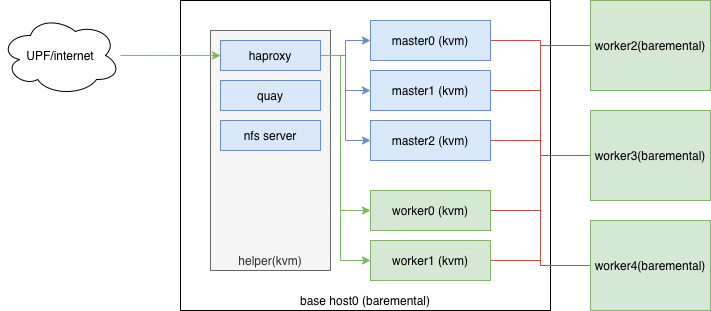
wangzheng422/docker_env keeps this draw.io diagram as redhat/ocp4/4.5/4.5.install.dia.drawio.png. Above is the earlier version. Source tidied: cells renumbered, new cells last; positions are measured from the earlier drawing's top-left corner, leaving out a move shared by most shapes.
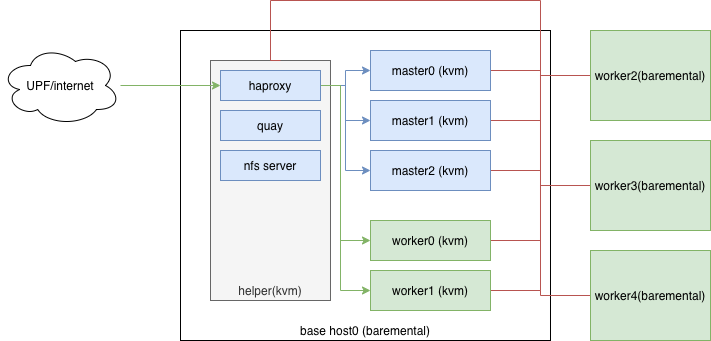
After the commit.

Commit message:
ocp install

The edit, as a diff of the source:
```diff
@@ -80,6 +80,16 @@
     <mxCell id="25" value="nfs server" style="rounded=0;whiteSpace=wrap;html=1;fillColor=#dae8fc;strokeColor=#6c8ebf;" parent="5" vertex="1">
       <mxGeometry x="220" y="120" width="100" height="30" as="geometry" />
     </mxCell>
+    <mxCell id="31" style="edgeStyle=orthogonalEdgeStyle;rounded=0;jettySize=auto;html=1;entryX=0.583;entryY=0;entryDx=0;entryDy=0;entryPerimeter=0;endArrow=none;endFill=0;fillColor=#f8cecc;strokeColor=#b85450;" parent="5" edge="1" source="26" target="4">
+      <mxGeometry relative="1" as="geometry">
+        <Array as="points">
+          <mxPoint x="540" y="45" />
+          <mxPoint x="540" y="-30" />
+          <mxPoint x="270" y="-30" />
+          <mxPoint x="270" y="30" />
+        </Array>
+      </mxGeometry>
+    </mxCell>
     <mxCell id="26" value="worker2(baremental)" style="rounded=0;whiteSpace=wrap;html=1;fillColor=#d5e8d4;strokeColor=#82b366;" parent="5" vertex="1">
       <mxGeometry x="590" width="120" height="90" as="geometry" />
     </mxCell>
```
